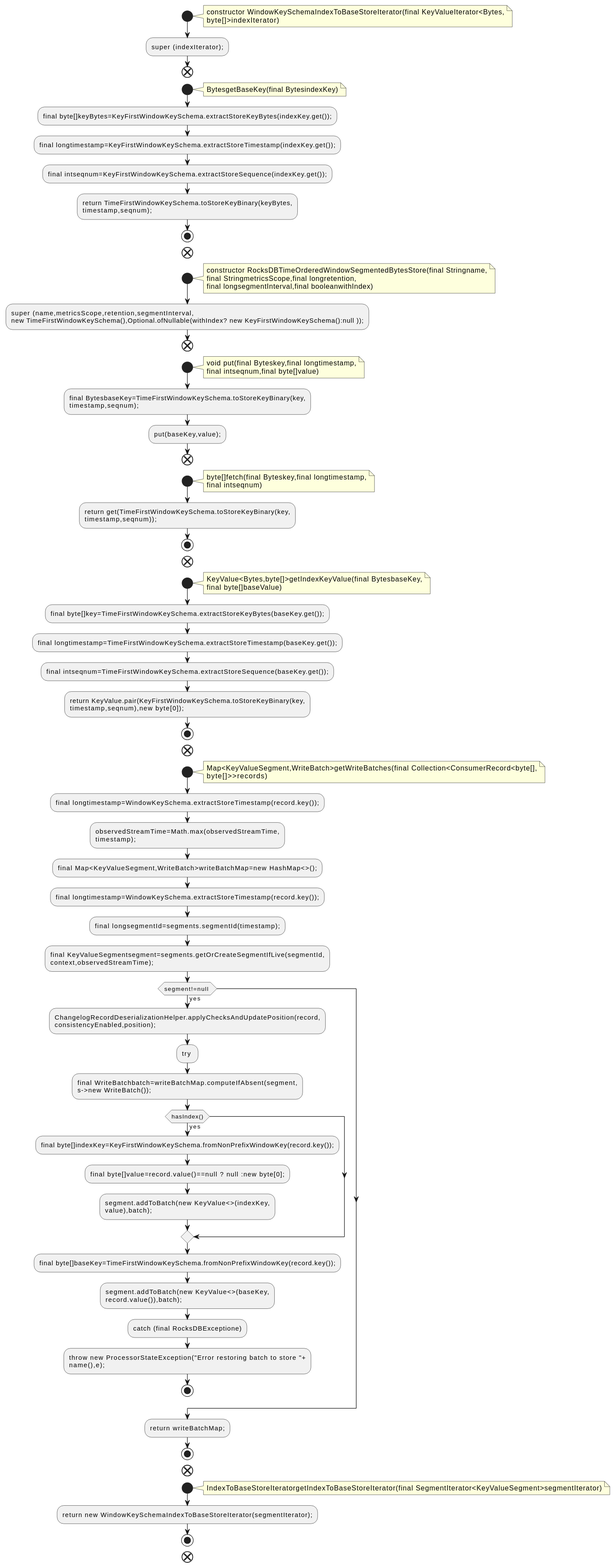
Above: docs/qc/streams/src/main/java/org/apache/kafka/streams/state/internals/RocksDBTimeOrderedWindowSegmentedBytesStore.java.fct.svg in qualitesys/kafka (PlantUML), before the change.
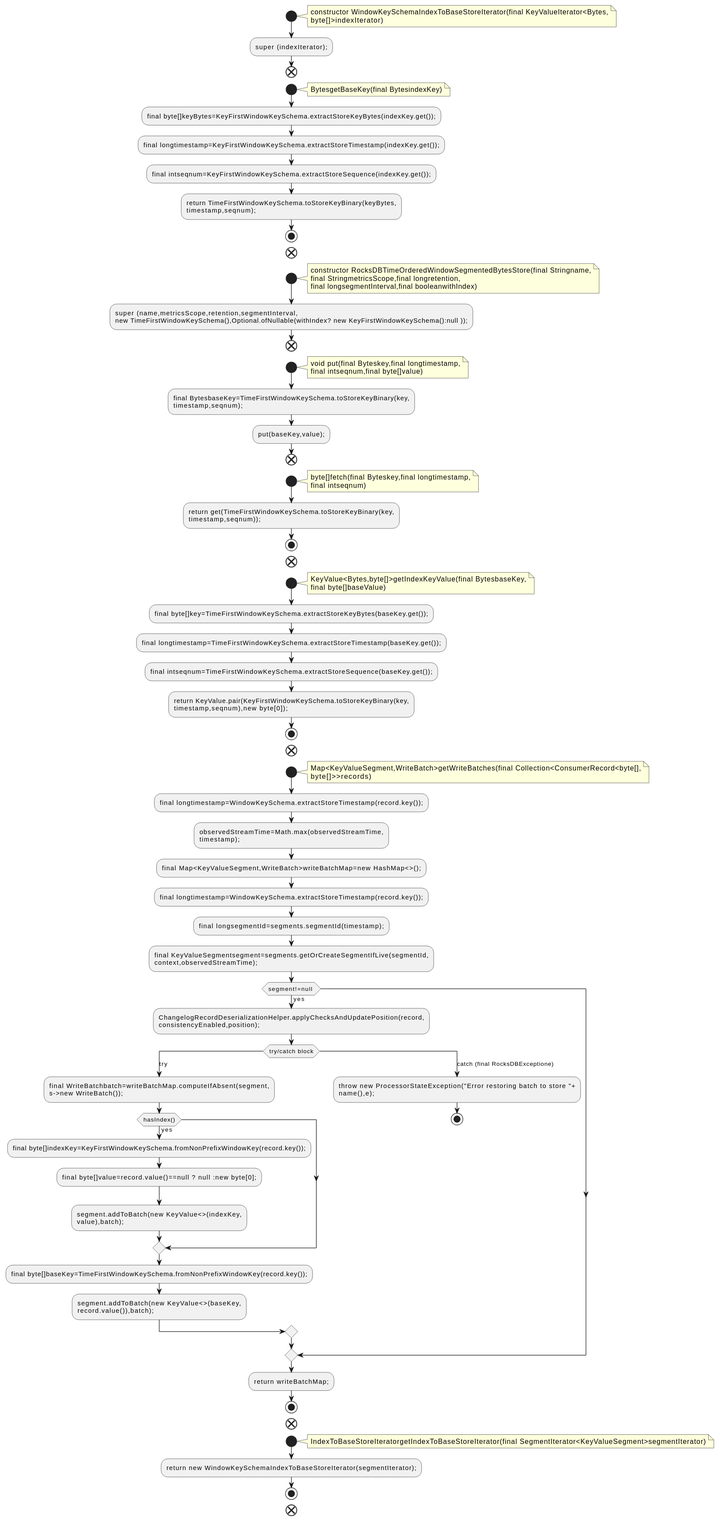
After the change.

Change to the diagram source:
```diff
@@ -73,7 +73,8 @@
 if (segment!=null ) then (yes)
 :ChangelogRecordDeserializationHelper.applyChecksAndUpdatePosition(record,
 consistencyEnabled,position);;
-:try ;
+switch (try/catch block)
+case (try)
 :final WriteBatchbatch=writeBatchMap.computeIfAbsent(segment,
 s->new WriteBatch());;
 if (hasIndex()) then (yes)
@@ -85,10 +86,11 @@
 :final byte[]baseKey=TimeFirstWindowKeySchema.fromNonPrefixWindowKey(record.key());;
 :segment.addToBatch(new KeyValue<>(baseKey,
 record.value()),batch);;
-:catch (final RocksDBExceptione);
+case (catch (final RocksDBExceptione))
 :throw new ProcessorStateException("Error restoring batch to store "+
 name(),e);;
 stop
+endswitch
 endif
 :return writeBatchMap;;
 stop
```
